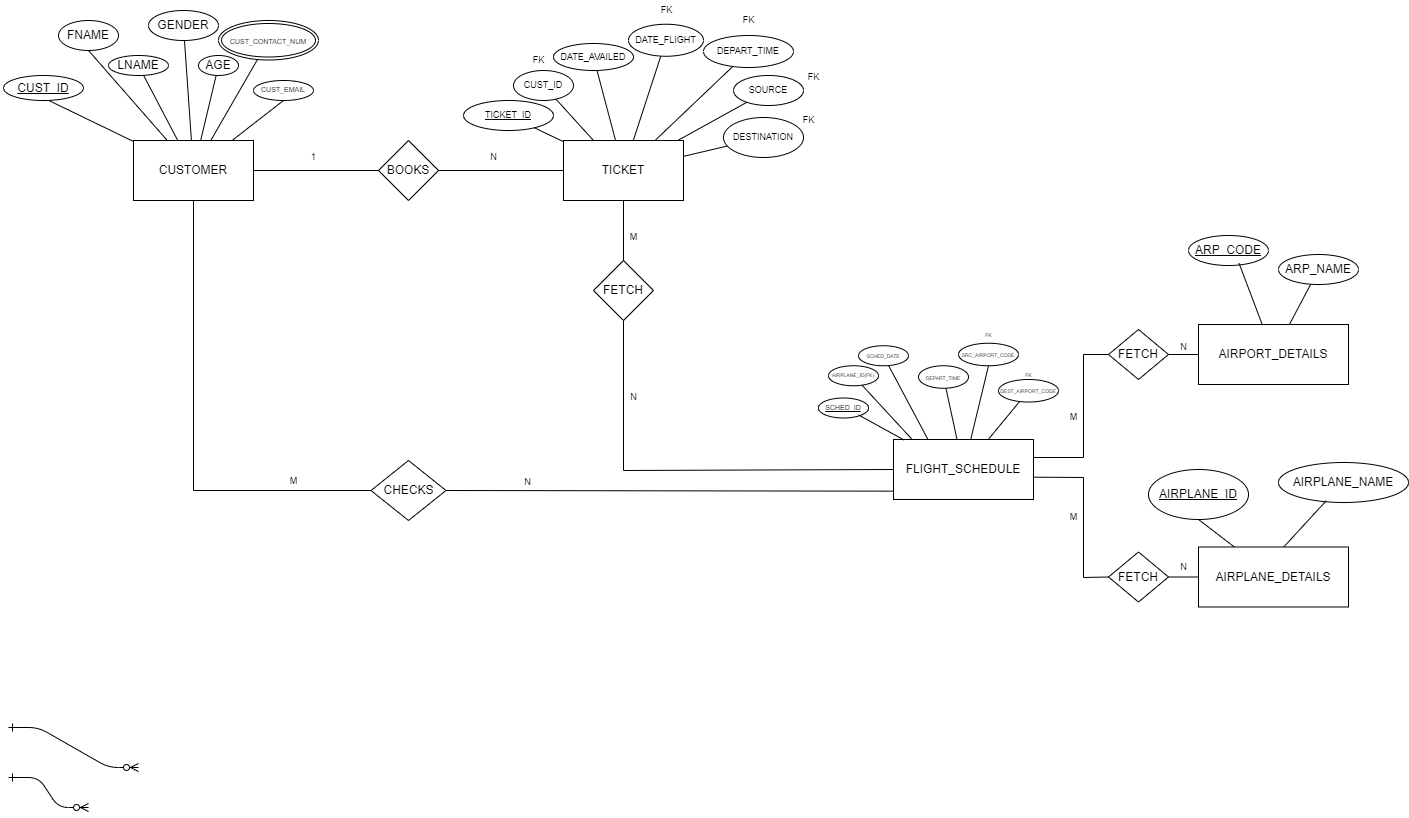
The draw.io diagram AIRLINE RESERVATION SYSTEM.drawio.png in abhinav162/Diagrams, before a commit. Source tidied: cells renumbered, new cells last; positions are measured from the earlier drawing's top-left corner, leaving out a move shared by most shapes.
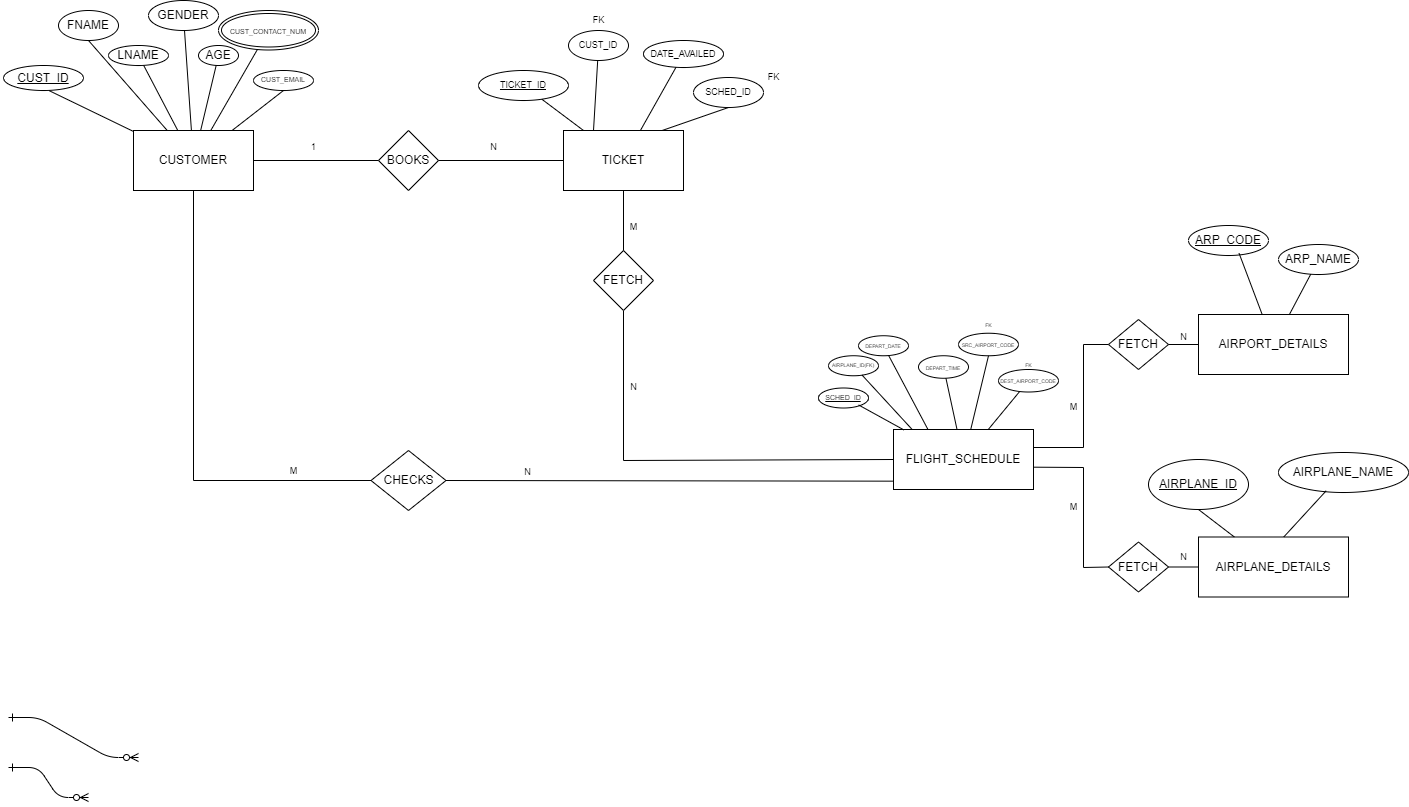
After the change.

Change to the diagram source:
```diff
@@ -144,7 +144,7 @@
     <mxCell id="43" value="&lt;font style=&quot;font-size: 5px;&quot;&gt;AIRPLANE_ID(FK)&lt;/font&gt;" style="ellipse;whiteSpace=wrap;html=1;align=center;fontSize=7;" parent="1" vertex="1">
       <mxGeometry x="825" y="365.2" width="50" height="20" as="geometry" />
     </mxCell>
-    <mxCell id="44" value="SCHED_DATE" style="ellipse;whiteSpace=wrap;html=1;align=center;fontSize=5;" parent="1" vertex="1">
+    <mxCell id="44" value="DEPART_DATE" style="ellipse;whiteSpace=wrap;html=1;align=center;fontSize=5;" parent="1" vertex="1">
       <mxGeometry x="855" y="345.2" width="50" height="20" as="geometry" />
     </mxCell>
     <mxCell id="45" style="endArrow=none;html=1;rounded=0;fontSize=5;" parent="1" edge="1" source="43">
@@ -182,26 +182,14 @@
       <mxGeometry x="1010" y="364" width="30" height="20" as="geometry" />
     </mxCell>
     <mxCell id="55" value="&lt;u&gt;TICKET_ID&lt;/u&gt;" style="ellipse;whiteSpace=wrap;html=1;fontSize=9;" parent="1" vertex="1">
-      <mxGeometry x="460" y="100" width="90" height="30" as="geometry" />
+      <mxGeometry x="475" y="80" width="90" height="30" as="geometry" />
     </mxCell>
     <mxCell id="56" value="CUST_ID" style="ellipse;whiteSpace=wrap;html=1;fontSize=9;" parent="1" vertex="1">
-      <mxGeometry x="510" y="70" width="60" height="30" as="geometry" />
+      <mxGeometry x="565" y="40" width="60" height="30" as="geometry" />
     </mxCell>
     <mxCell id="57" value="DATE_AVAILED" style="ellipse;whiteSpace=wrap;html=1;fontSize=9;" parent="1" vertex="1">
-      <mxGeometry x="550" y="43" width="80" height="27" as="geometry" />
+      <mxGeometry x="640" y="50" width="80" height="27" as="geometry" />
     </mxCell>
-    <mxCell id="58" value="DATE_FLIGHT" style="ellipse;whiteSpace=wrap;html=1;fontSize=9;" parent="1" vertex="1">
-      <mxGeometry x="625" y="23.8" width="75" height="32" as="geometry" />
-    </mxCell>
-    <mxCell id="59" value="DEPART_TIME" style="ellipse;whiteSpace=wrap;html=1;fontSize=9;" parent="1" vertex="1">
-      <mxGeometry x="700" y="35" width="90" height="32" as="geometry" />
-    </mxCell>
-    <mxCell id="60" value="SOURCE" style="ellipse;whiteSpace=wrap;html=1;fontSize=9;" parent="1" vertex="1">
-      <mxGeometry x="730" y="75" width="70" height="30" as="geometry" />
-    </mxCell>
-    <mxCell id="61" value="DESTINATION" style="ellipse;whiteSpace=wrap;html=1;fontSize=9;" parent="1" vertex="1">
-      <mxGeometry x="720" y="117" width="80" height="40" as="geometry" />
-    </mxCell>
     <mxCell id="62" style="endArrow=none;html=1;rounded=0;fontSize=9;" parent="1" edge="1" source="8" target="55">
       <mxGeometry relative="1" as="geometry" />
     </mxCell>
@@ -211,18 +199,6 @@
     <mxCell id="64" style="endArrow=none;html=1;rounded=0;fontSize=9;" parent="1" edge="1" source="8" target="57">
       <mxGeometry relative="1" as="geometry" />
     </mxCell>
-    <mxCell id="65" style="endArrow=none;html=1;rounded=0;fontSize=9;" parent="1" edge="1" source="8" target="58">
-      <mxGeometry relative="1" as="geometry" />
-    </mxCell>
-    <mxCell id="66" style="endArrow=none;html=1;rounded=0;fontSize=9;" parent="1" edge="1" source="8" target="59">
-      <mxGeometry relative="1" as="geometry" />
-    </mxCell>
-    <mxCell id="67" style="endArrow=none;html=1;rounded=0;fontSize=9;" parent="1" edge="1" source="8" target="60">
-      <mxGeometry relative="1" as="geometry" />
-    </mxCell>
-    <mxCell id="68" style="endArrow=none;html=1;rounded=0;fontSize=9;" parent="1" edge="1" source="8" target="61">
-      <mxGeometry relative="1" as="geometry" />
-    </mxCell>
     <mxCell id="69" style="endArrow=none;html=1;rounded=0;strokeColor=default;strokeWidth=1;fontSize=9;entryX=0;entryY=0.5;entryDx=0;entryDy=0;" parent="1" edge="1" target="33">
       <mxGeometry relative="1" as="geometry">
         <mxPoint x="1030" y="457" as="sourcePoint" />
@@ -254,20 +230,8 @@
       <mxGeometry relative="1" as="geometry" />
     </mxCell>
     <mxCell id="74" value="FK" style="text;html=1;align=center;verticalAlign=middle;strokeColor=none;fillColor=none;fontSize=9;" parent="1" vertex="1">
-      <mxGeometry x="520" y="50" width="30" height="20" as="geometry" />
+      <mxGeometry x="580" y="20" width="30" height="20" as="geometry" />
     </mxCell>
-    <mxCell id="75" value="FK" style="text;html=1;align=center;verticalAlign=middle;strokeColor=none;fillColor=none;fontSize=9;" parent="1" vertex="1">
-      <mxGeometry x="647.5" width="30" height="20" as="geometry" />
-    </mxCell>
-    <mxCell id="76" value="FK" style="text;html=1;align=center;verticalAlign=middle;strokeColor=none;fillColor=none;fontSize=9;" parent="1" vertex="1">
-      <mxGeometry x="730" y="10" width="30" height="20" as="geometry" />
-    </mxCell>
-    <mxCell id="77" value="FK" style="text;html=1;align=center;verticalAlign=middle;strokeColor=none;fillColor=none;fontSize=9;" parent="1" vertex="1">
-      <mxGeometry x="795" y="67" width="30" height="20" as="geometry" />
-    </mxCell>
-    <mxCell id="78" value="FK" style="text;html=1;align=center;verticalAlign=middle;strokeColor=none;fillColor=none;fontSize=9;" parent="1" vertex="1">
-      <mxGeometry x="790" y="110" width="30" height="20" as="geometry" />
-    </mxCell>
     <mxCell id="79" value="M" style="text;html=1;align=center;verticalAlign=middle;strokeColor=none;fillColor=none;fontSize=9;" parent="1" vertex="1">
       <mxGeometry x="275" y="471" width="30" height="20" as="geometry" />
     </mxCell>
@@ -298,5 +262,14 @@
     <mxCell id="88" value="N" style="text;html=1;align=center;verticalAlign=middle;strokeColor=none;fillColor=none;fontSize=9;" parent="1" vertex="1">
       <mxGeometry x="1165" y="557" width="30" height="20" as="geometry" />
     </mxCell>
+    <mxCell id="89" value="SCHED_ID" style="ellipse;whiteSpace=wrap;html=1;fontSize=9;" parent="1" vertex="1">
+      <mxGeometry x="690" y="87" width="70" height="30" as="geometry" />
+    </mxCell>
+    <mxCell id="90" style="endArrow=none;html=1;rounded=0;strokeColor=default;strokeWidth=1;fontSize=9;entryX=0.5;entryY=1;entryDx=0;entryDy=0;exitX=0.819;exitY=0.002;exitDx=0;exitDy=0;exitPerimeter=0;" parent="1" edge="1" source="8" target="89">
+      <mxGeometry relative="1" as="geometry" />
+    </mxCell>
+    <mxCell id="91" value="FK" style="text;html=1;align=center;verticalAlign=middle;strokeColor=none;fillColor=none;fontSize=9;" parent="1" vertex="1">
+      <mxGeometry x="755" y="77" width="30" height="20" as="geometry" />
+    </mxCell>
   </root>
 </mxGraphModel>
```
